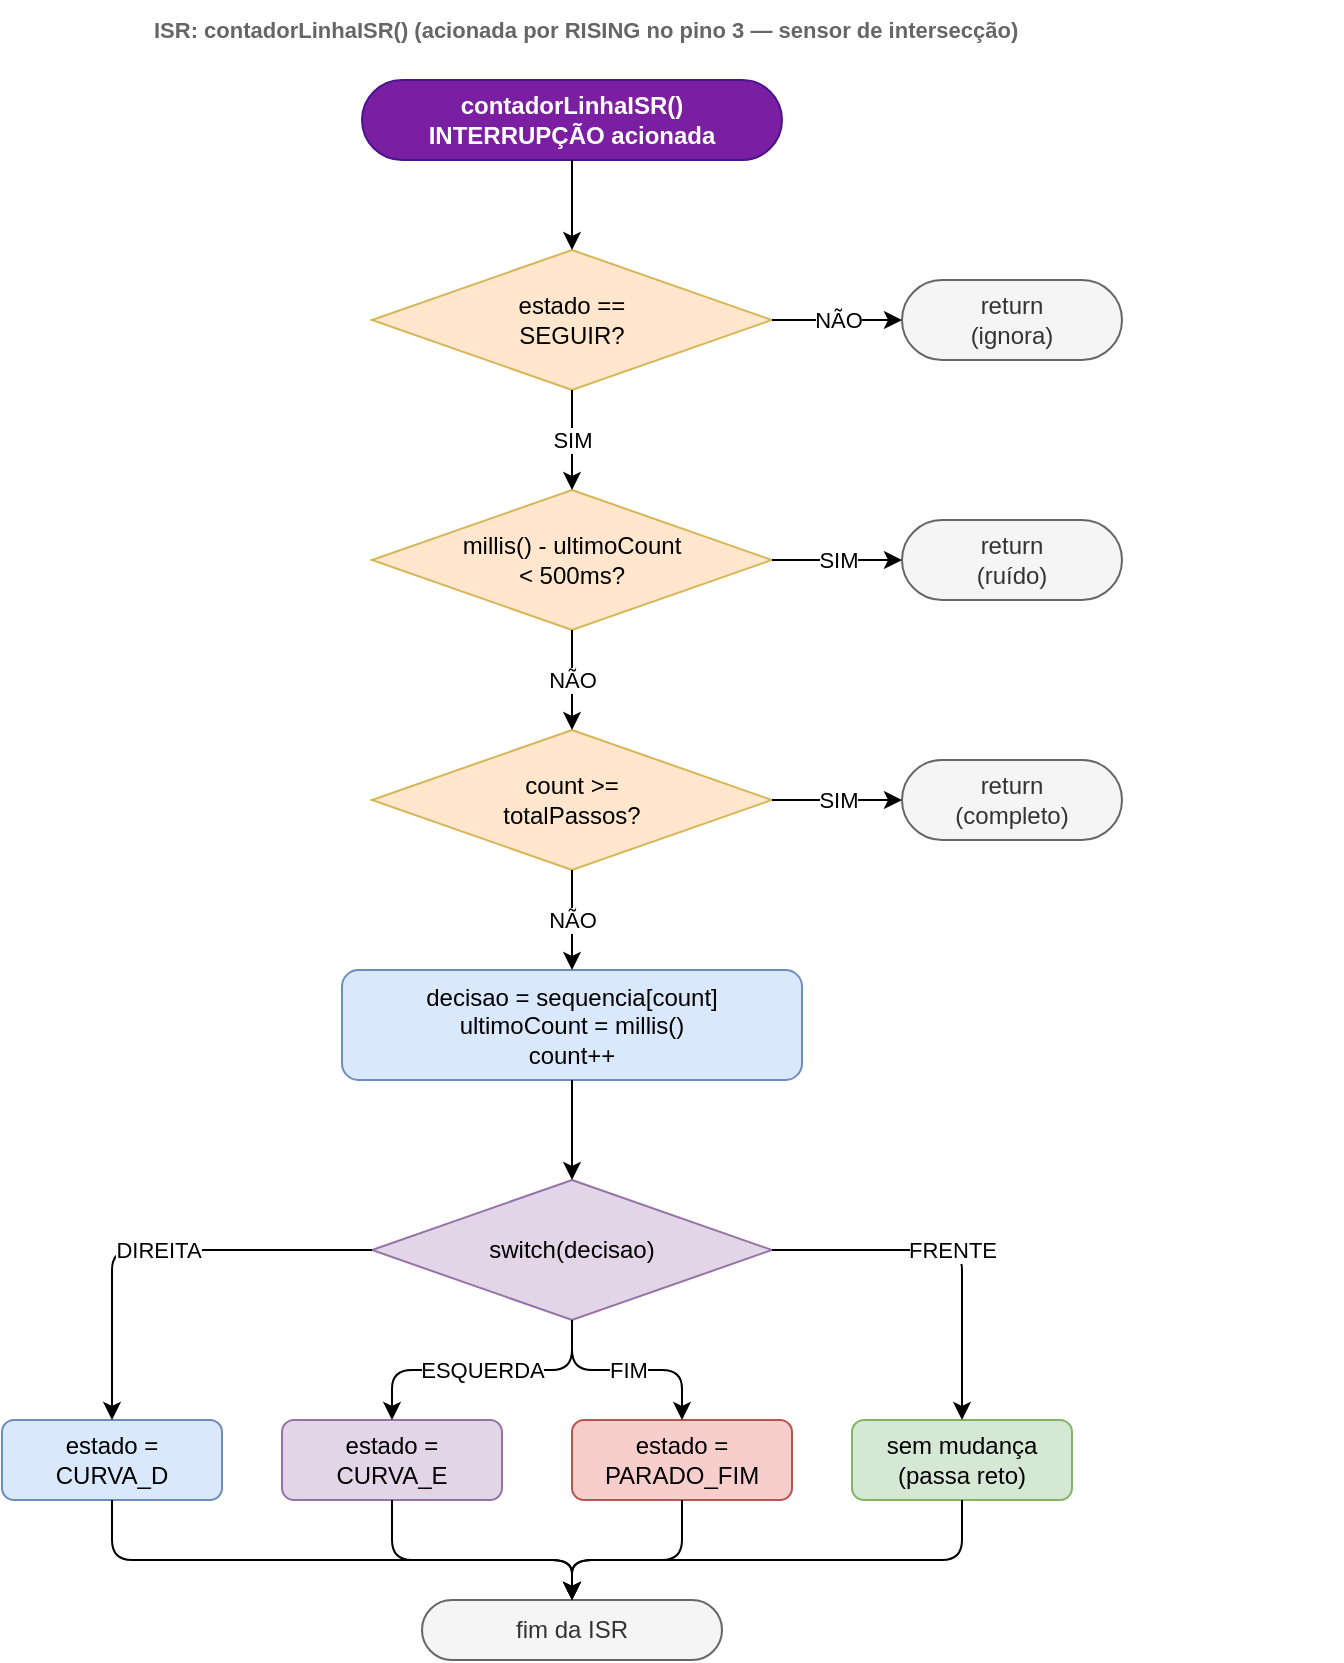
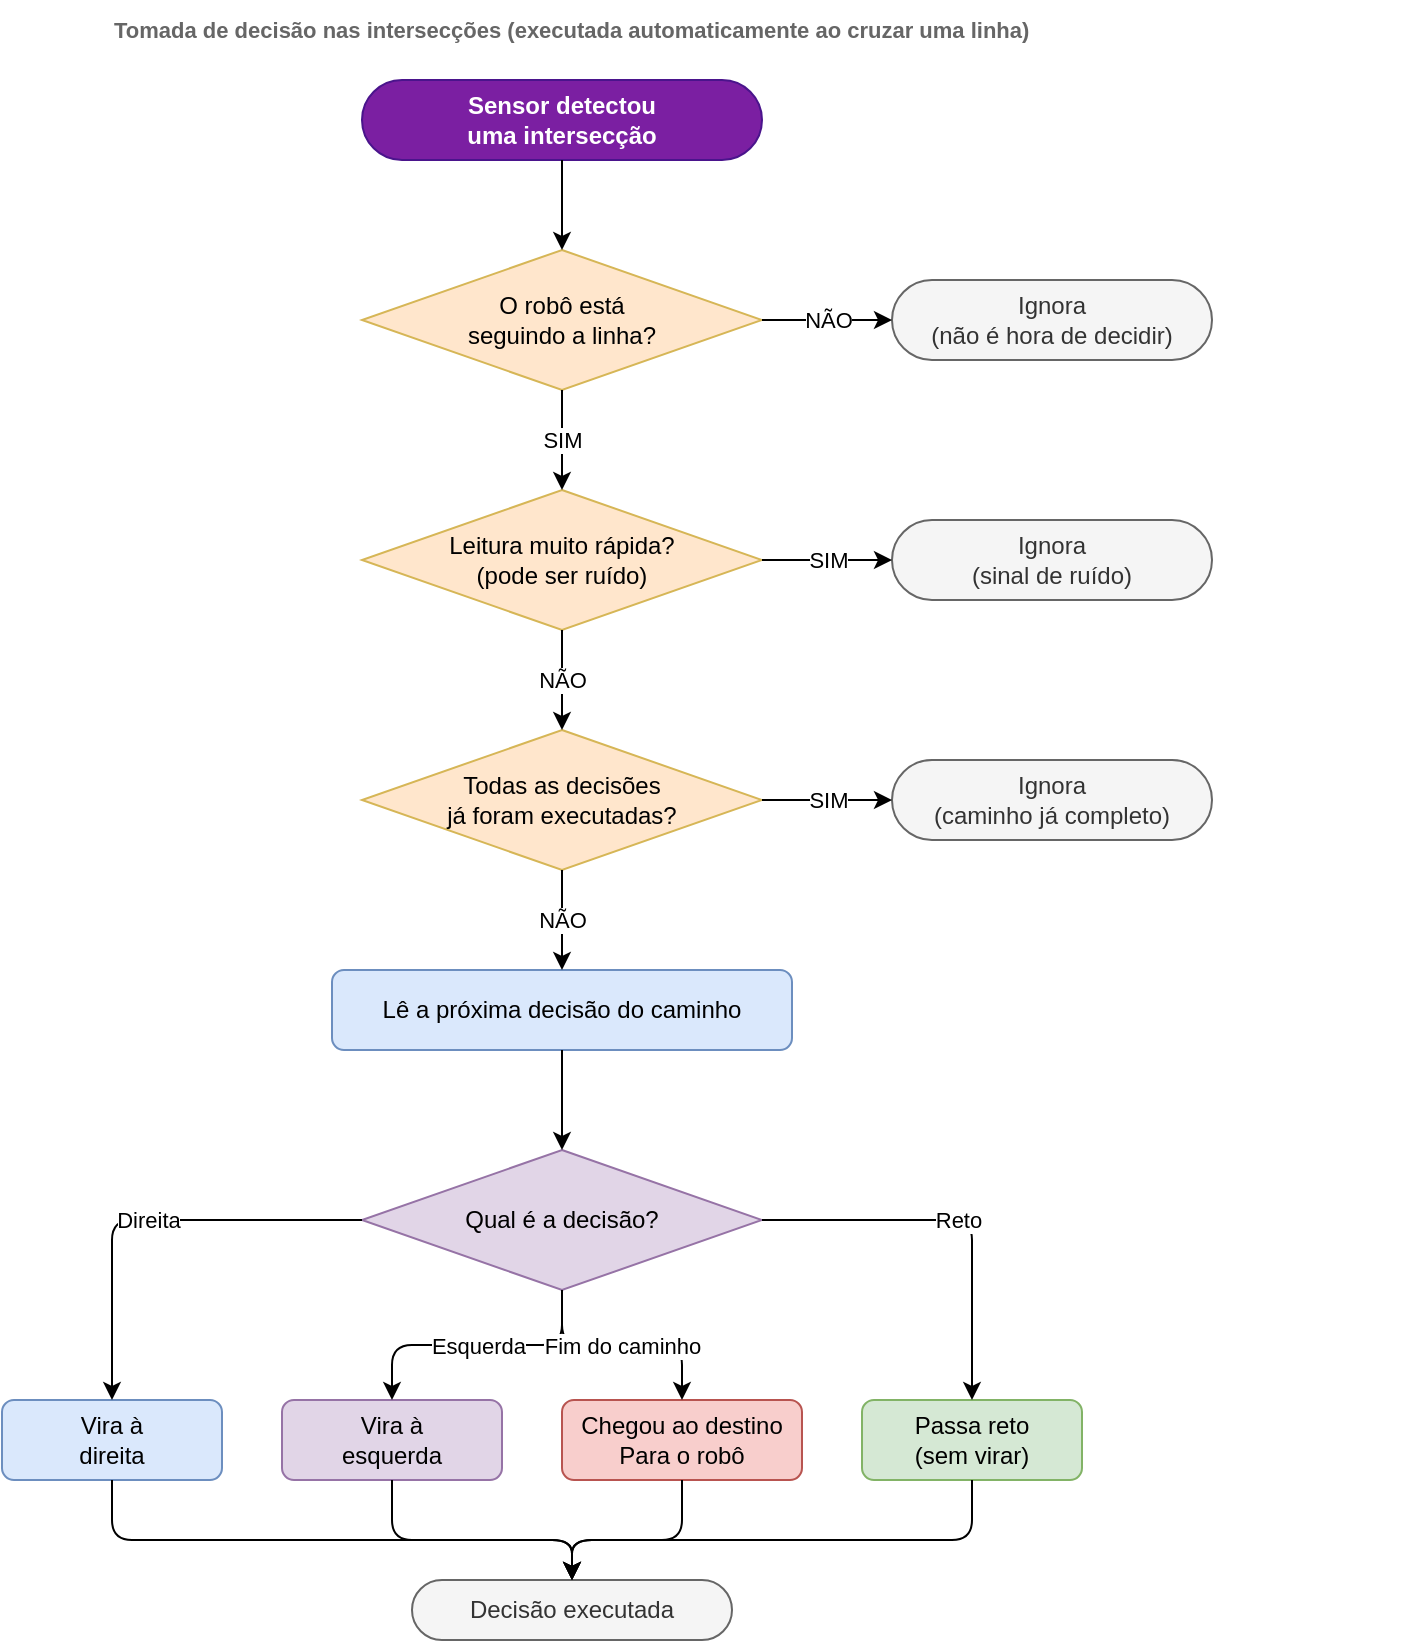
<?xml version="1.0" encoding="UTF-8"?>
<mxGraphModel dx="1422" dy="762" grid="1" gridSize="10" guides="1" tooltips="1" connect="1" arrows="1" fold="1" page="1" pageScale="1" pageWidth="1169" pageHeight="827" math="0" shadow="0">
  <root>
    <mxCell id="0"/>
    <mxCell id="1" parent="0"/>

    <!-- Título -->
-     <mxCell id="2" value="ISR: contadorLinhaISR()  (acionada por RISING no pino 3 — sensor de intersecção)" style="text;html=1;strokeColor=none;fillColor=none;align=left;verticalAlign=middle;spacingLeft=4;fontStyle=1;fontSize=11;fontColor=#666666;" vertex="1" parent="1">
-       <mxGeometry x="100" y="10" width="600" height="30" as="geometry"/>
+     <mxCell id="2" value="Tomada de decisão nas intersecções (executada automaticamente ao cruzar uma linha)" style="text;html=1;strokeColor=none;fillColor=none;align=left;verticalAlign=middle;spacingLeft=4;fontStyle=1;fontSize=11;fontColor=#666666;" vertex="1" parent="1">
+       <mxGeometry x="80" y="10" width="650" height="30" as="geometry"/>
    </mxCell>

-     <!-- ISR start -->
-     <mxCell id="10" value="contadorLinhaISR()&lt;br&gt;INTERRUPÇÃO acionada" style="rounded=1;whiteSpace=wrap;html=1;arcSize=50;fillColor=#7b1fa2;strokeColor=#4a148c;fontColor=#ffffff;fontStyle=1;" vertex="1" parent="1">
-       <mxGeometry x="210" y="50" width="210" height="40" as="geometry"/>
+     <!-- Início -->
+     <mxCell id="10" value="Sensor detectou&lt;br&gt;uma intersecção" style="rounded=1;whiteSpace=wrap;html=1;arcSize=50;fillColor=#7b1fa2;strokeColor=#4a148c;fontColor=#ffffff;fontStyle=1;" vertex="1" parent="1">
+       <mxGeometry x="210" y="50" width="200" height="40" as="geometry"/>
    </mxCell>

-     <!-- Diamond: estado == SEGUIR? -->
-     <mxCell id="11" value="estado ==&lt;br&gt;SEGUIR?" style="rhombus;whiteSpace=wrap;html=1;fillColor=#ffe6cc;strokeColor=#d6b656;" vertex="1" parent="1">
-       <mxGeometry x="215" y="135" width="200" height="70" as="geometry"/>
+     <!-- Diamond: robô seguindo linha? -->
+     <mxCell id="11" value="O robô está&lt;br&gt;seguindo a linha?" style="rhombus;whiteSpace=wrap;html=1;fillColor=#ffe6cc;strokeColor=#d6b656;" vertex="1" parent="1">
+       <mxGeometry x="210" y="135" width="200" height="70" as="geometry"/>
    </mxCell>

    <!-- NÃO → ignora -->
-     <mxCell id="12" value="return&lt;br&gt;(ignora)" style="rounded=1;whiteSpace=wrap;html=1;arcSize=50;fillColor=#f5f5f5;strokeColor=#666666;fontColor=#333333;" vertex="1" parent="1">
-       <mxGeometry x="480" y="150" width="110" height="40" as="geometry"/>
+     <mxCell id="12" value="Ignora&lt;br&gt;(não é hora de decidir)" style="rounded=1;whiteSpace=wrap;html=1;arcSize=50;fillColor=#f5f5f5;strokeColor=#666666;fontColor=#333333;" vertex="1" parent="1">
+       <mxGeometry x="475" y="150" width="160" height="40" as="geometry"/>
    </mxCell>

-     <!-- Diamond: debounce < 500ms? -->
-     <mxCell id="13" value="millis() - ultimoCount&lt;br&gt;&lt; 500ms?" style="rhombus;whiteSpace=wrap;html=1;fillColor=#ffe6cc;strokeColor=#d6b656;" vertex="1" parent="1">
-       <mxGeometry x="215" y="255" width="200" height="70" as="geometry"/>
+     <!-- Diamond: leitura muito rápida? -->
+     <mxCell id="13" value="Leitura muito rápida?&lt;br&gt;(pode ser ruído)" style="rhombus;whiteSpace=wrap;html=1;fillColor=#ffe6cc;strokeColor=#d6b656;" vertex="1" parent="1">
+       <mxGeometry x="210" y="255" width="200" height="70" as="geometry"/>
    </mxCell>

-     <!-- SIM → ignora (ruído) -->
-     <mxCell id="14" value="return&lt;br&gt;(ruído)" style="rounded=1;whiteSpace=wrap;html=1;arcSize=50;fillColor=#f5f5f5;strokeColor=#666666;fontColor=#333333;" vertex="1" parent="1">
-       <mxGeometry x="480" y="270" width="110" height="40" as="geometry"/>
+     <!-- SIM → ignora ruído -->
+     <mxCell id="14" value="Ignora&lt;br&gt;(sinal de ruído)" style="rounded=1;whiteSpace=wrap;html=1;arcSize=50;fillColor=#f5f5f5;strokeColor=#666666;fontColor=#333333;" vertex="1" parent="1">
+       <mxGeometry x="475" y="270" width="160" height="40" as="geometry"/>
    </mxCell>

-     <!-- Diamond: count >= totalPassos? -->
-     <mxCell id="15" value="count &gt;=&lt;br&gt;totalPassos?" style="rhombus;whiteSpace=wrap;html=1;fillColor=#ffe6cc;strokeColor=#d6b656;" vertex="1" parent="1">
-       <mxGeometry x="215" y="375" width="200" height="70" as="geometry"/>
+     <!-- Diamond: todas decisões feitas? -->
+     <mxCell id="15" value="Todas as decisões&lt;br&gt;já foram executadas?" style="rhombus;whiteSpace=wrap;html=1;fillColor=#ffe6cc;strokeColor=#d6b656;" vertex="1" parent="1">
+       <mxGeometry x="210" y="375" width="200" height="70" as="geometry"/>
    </mxCell>

-     <!-- SIM → ignora (caminho completo) -->
-     <mxCell id="16" value="return&lt;br&gt;(completo)" style="rounded=1;whiteSpace=wrap;html=1;arcSize=50;fillColor=#f5f5f5;strokeColor=#666666;fontColor=#333333;" vertex="1" parent="1">
-       <mxGeometry x="480" y="390" width="110" height="40" as="geometry"/>
+     <!-- SIM → ignora -->
+     <mxCell id="16" value="Ignora&lt;br&gt;(caminho já completo)" style="rounded=1;whiteSpace=wrap;html=1;arcSize=50;fillColor=#f5f5f5;strokeColor=#666666;fontColor=#333333;" vertex="1" parent="1">
+       <mxGeometry x="475" y="390" width="160" height="40" as="geometry"/>
    </mxCell>

-     <!-- Lê sequencia + incrementa count -->
-     <mxCell id="17" value="decisao = sequencia[count]&lt;br&gt;ultimoCount = millis()&lt;br&gt;count++" style="rounded=1;whiteSpace=wrap;html=1;fillColor=#dae8fc;strokeColor=#6c8ebf;" vertex="1" parent="1">
-       <mxGeometry x="200" y="495" width="230" height="55" as="geometry"/>
+     <!-- Lê próxima decisão -->
+     <mxCell id="17" value="Lê a próxima decisão do caminho" style="rounded=1;whiteSpace=wrap;html=1;fillColor=#dae8fc;strokeColor=#6c8ebf;" vertex="1" parent="1">
+       <mxGeometry x="195" y="495" width="230" height="40" as="geometry"/>
    </mxCell>

-     <!-- Diamond: switch(decisao) -->
-     <mxCell id="18" value="switch(decisao)" style="rhombus;whiteSpace=wrap;html=1;fillColor=#e1d5e7;strokeColor=#9673a6;" vertex="1" parent="1">
-       <mxGeometry x="215" y="600" width="200" height="70" as="geometry"/>
+     <!-- Diamond: qual decisão? -->
+     <mxCell id="18" value="Qual é a decisão?" style="rhombus;whiteSpace=wrap;html=1;fillColor=#e1d5e7;strokeColor=#9673a6;" vertex="1" parent="1">
+       <mxGeometry x="210" y="585" width="200" height="70" as="geometry"/>
    </mxCell>

-     <!-- DIREITA → CURVA_D -->
-     <mxCell id="19" value="estado =&lt;br&gt;CURVA_D" style="rounded=1;whiteSpace=wrap;html=1;fillColor=#dae8fc;strokeColor=#6c8ebf;" vertex="1" parent="1">
-       <mxGeometry x="30" y="720" width="110" height="40" as="geometry"/>
+     <!-- DIREITA -->
+     <mxCell id="19" value="Vira à&lt;br&gt;direita" style="rounded=1;whiteSpace=wrap;html=1;fillColor=#dae8fc;strokeColor=#6c8ebf;" vertex="1" parent="1">
+       <mxGeometry x="30" y="710" width="110" height="40" as="geometry"/>
    </mxCell>

-     <!-- ESQUERDA → CURVA_E -->
-     <mxCell id="20" value="estado =&lt;br&gt;CURVA_E" style="rounded=1;whiteSpace=wrap;html=1;fillColor=#e1d5e7;strokeColor=#9673a6;" vertex="1" parent="1">
-       <mxGeometry x="170" y="720" width="110" height="40" as="geometry"/>
+     <!-- ESQUERDA -->
+     <mxCell id="20" value="Vira à&lt;br&gt;esquerda" style="rounded=1;whiteSpace=wrap;html=1;fillColor=#e1d5e7;strokeColor=#9673a6;" vertex="1" parent="1">
+       <mxGeometry x="170" y="710" width="110" height="40" as="geometry"/>
    </mxCell>

-     <!-- FIM → PARADO_FIM -->
-     <mxCell id="21" value="estado =&lt;br&gt;PARADO_FIM" style="rounded=1;whiteSpace=wrap;html=1;fillColor=#f8cecc;strokeColor=#b85450;" vertex="1" parent="1">
-       <mxGeometry x="315" y="720" width="110" height="40" as="geometry"/>
+     <!-- FIM -->
+     <mxCell id="21" value="Chegou ao destino&lt;br&gt;Para o robô" style="rounded=1;whiteSpace=wrap;html=1;fillColor=#f8cecc;strokeColor=#b85450;" vertex="1" parent="1">
+       <mxGeometry x="310" y="710" width="120" height="40" as="geometry"/>
    </mxCell>

-     <!-- FRENTE → sem mudança -->
-     <mxCell id="22" value="sem mudança&lt;br&gt;(passa reto)" style="rounded=1;whiteSpace=wrap;html=1;fillColor=#d5e8d4;strokeColor=#82b366;" vertex="1" parent="1">
-       <mxGeometry x="455" y="720" width="110" height="40" as="geometry"/>
+     <!-- FRENTE -->
+     <mxCell id="22" value="Passa reto&lt;br&gt;(sem virar)" style="rounded=1;whiteSpace=wrap;html=1;fillColor=#d5e8d4;strokeColor=#82b366;" vertex="1" parent="1">
+       <mxGeometry x="460" y="710" width="110" height="40" as="geometry"/>
    </mxCell>

-     <!-- fim ISR -->
-     <mxCell id="23" value="fim da ISR" style="rounded=1;whiteSpace=wrap;html=1;arcSize=50;fillColor=#f5f5f5;strokeColor=#666666;fontColor=#333333;" vertex="1" parent="1">
-       <mxGeometry x="240" y="810" width="150" height="30" as="geometry"/>
+     <!-- fim -->
+     <mxCell id="23" value="Decisão executada" style="rounded=1;whiteSpace=wrap;html=1;arcSize=50;fillColor=#f5f5f5;strokeColor=#666666;fontColor=#333333;" vertex="1" parent="1">
+       <mxGeometry x="235" y="800" width="160" height="30" as="geometry"/>
    </mxCell>

    <!-- ── EDGES ── -->

-     <!-- start → diamond estado -->
    <mxCell id="30" style="edgeStyle=orthogonalEdgeStyle;html=1;" edge="1" source="10" target="11" parent="1">
      <mxGeometry relative="1" as="geometry"/>
    </mxCell>

-     <!-- estado==SEGUIR? → ignora [NÃO] -->
    <mxCell id="31" value="NÃO" style="edgeStyle=orthogonalEdgeStyle;html=1;exitX=1;exitY=0.5;exitDx=0;exitDy=0;entryX=0;entryY=0.5;entryDx=0;entryDy=0;" edge="1" source="11" target="12" parent="1">
      <mxGeometry relative="1" as="geometry"/>
    </mxCell>

-     <!-- estado==SEGUIR? → debounce [SIM] -->
    <mxCell id="32" value="SIM" style="edgeStyle=orthogonalEdgeStyle;html=1;exitX=0.5;exitY=1;exitDx=0;exitDy=0;entryX=0.5;entryY=0;entryDx=0;entryDy=0;" edge="1" source="11" target="13" parent="1">
      <mxGeometry relative="1" as="geometry"/>
    </mxCell>

-     <!-- debounce → ignora ruído [SIM] -->
    <mxCell id="33" value="SIM" style="edgeStyle=orthogonalEdgeStyle;html=1;exitX=1;exitY=0.5;exitDx=0;exitDy=0;entryX=0;entryY=0.5;entryDx=0;entryDy=0;" edge="1" source="13" target="14" parent="1">
      <mxGeometry relative="1" as="geometry"/>
    </mxCell>

-     <!-- debounce → count check [NÃO] -->
    <mxCell id="34" value="NÃO" style="edgeStyle=orthogonalEdgeStyle;html=1;exitX=0.5;exitY=1;exitDx=0;exitDy=0;entryX=0.5;entryY=0;entryDx=0;entryDy=0;" edge="1" source="13" target="15" parent="1">
      <mxGeometry relative="1" as="geometry"/>
    </mxCell>

-     <!-- count >= total → ignora [SIM] -->
    <mxCell id="35" value="SIM" style="edgeStyle=orthogonalEdgeStyle;html=1;exitX=1;exitY=0.5;exitDx=0;exitDy=0;entryX=0;entryY=0.5;entryDx=0;entryDy=0;" edge="1" source="15" target="16" parent="1">
      <mxGeometry relative="1" as="geometry"/>
    </mxCell>

-     <!-- count < total → lê sequencia [NÃO] -->
    <mxCell id="36" value="NÃO" style="edgeStyle=orthogonalEdgeStyle;html=1;exitX=0.5;exitY=1;exitDx=0;exitDy=0;entryX=0.5;entryY=0;entryDx=0;entryDy=0;" edge="1" source="15" target="17" parent="1">
      <mxGeometry relative="1" as="geometry"/>
    </mxCell>

-     <!-- lê sequencia → switch -->
    <mxCell id="37" style="edgeStyle=orthogonalEdgeStyle;html=1;" edge="1" source="17" target="18" parent="1">
      <mxGeometry relative="1" as="geometry"/>
    </mxCell>

-     <!-- switch → CURVA_D [DIREITA] -->
-     <mxCell id="38" value="DIREITA" style="edgeStyle=orthogonalEdgeStyle;html=1;" edge="1" source="18" target="19" parent="1">
+     <mxCell id="38" value="Direita" style="edgeStyle=orthogonalEdgeStyle;html=1;" edge="1" source="18" target="19" parent="1">
      <mxGeometry relative="1" as="geometry"/>
    </mxCell>

-     <!-- switch → CURVA_E [ESQUERDA] -->
-     <mxCell id="39" value="ESQUERDA" style="edgeStyle=orthogonalEdgeStyle;html=1;" edge="1" source="18" target="20" parent="1">
+     <mxCell id="39" value="Esquerda" style="edgeStyle=orthogonalEdgeStyle;html=1;" edge="1" source="18" target="20" parent="1">
      <mxGeometry relative="1" as="geometry"/>
    </mxCell>

-     <!-- switch → PARADO_FIM [FIM] -->
-     <mxCell id="40" value="FIM" style="edgeStyle=orthogonalEdgeStyle;html=1;" edge="1" source="18" target="21" parent="1">
+     <mxCell id="40" value="Fim do caminho" style="edgeStyle=orthogonalEdgeStyle;html=1;" edge="1" source="18" target="21" parent="1">
      <mxGeometry relative="1" as="geometry"/>
    </mxCell>

-     <!-- switch → sem mudança [FRENTE] -->
-     <mxCell id="41" value="FRENTE" style="edgeStyle=orthogonalEdgeStyle;html=1;" edge="1" source="18" target="22" parent="1">
+     <mxCell id="41" value="Reto" style="edgeStyle=orthogonalEdgeStyle;html=1;" edge="1" source="18" target="22" parent="1">
      <mxGeometry relative="1" as="geometry"/>
    </mxCell>

-     <!-- merge tudo → fim ISR -->
    <mxCell id="42" style="edgeStyle=orthogonalEdgeStyle;html=1;" edge="1" source="19" target="23" parent="1">
      <mxGeometry relative="1" as="geometry">
        <Array as="points">
-           <mxPoint x="85" y="790"/>
-           <mxPoint x="315" y="790"/>
+           <mxPoint x="85" y="780"/>
+           <mxPoint x="315" y="780"/>
        </Array>
      </mxGeometry>
    </mxCell>
+ 
    <mxCell id="43" style="edgeStyle=orthogonalEdgeStyle;html=1;" edge="1" source="20" target="23" parent="1">
      <mxGeometry relative="1" as="geometry">
        <Array as="points">
-           <mxPoint x="225" y="790"/>
-           <mxPoint x="315" y="790"/>
+           <mxPoint x="225" y="780"/>
+           <mxPoint x="315" y="780"/>
        </Array>
      </mxGeometry>
    </mxCell>
+ 
    <mxCell id="44" style="edgeStyle=orthogonalEdgeStyle;html=1;" edge="1" source="21" target="23" parent="1">
      <mxGeometry relative="1" as="geometry">
        <Array as="points">
-           <mxPoint x="370" y="790"/>
-           <mxPoint x="315" y="790"/>
+           <mxPoint x="370" y="780"/>
+           <mxPoint x="315" y="780"/>
        </Array>
      </mxGeometry>
    </mxCell>
+ 
    <mxCell id="45" style="edgeStyle=orthogonalEdgeStyle;html=1;" edge="1" source="22" target="23" parent="1">
      <mxGeometry relative="1" as="geometry">
        <Array as="points">
-           <mxPoint x="510" y="790"/>
-           <mxPoint x="315" y="790"/>
+           <mxPoint x="515" y="780"/>
+           <mxPoint x="315" y="780"/>
        </Array>
      </mxGeometry>
    </mxCell>

  </root>
</mxGraphModel>
